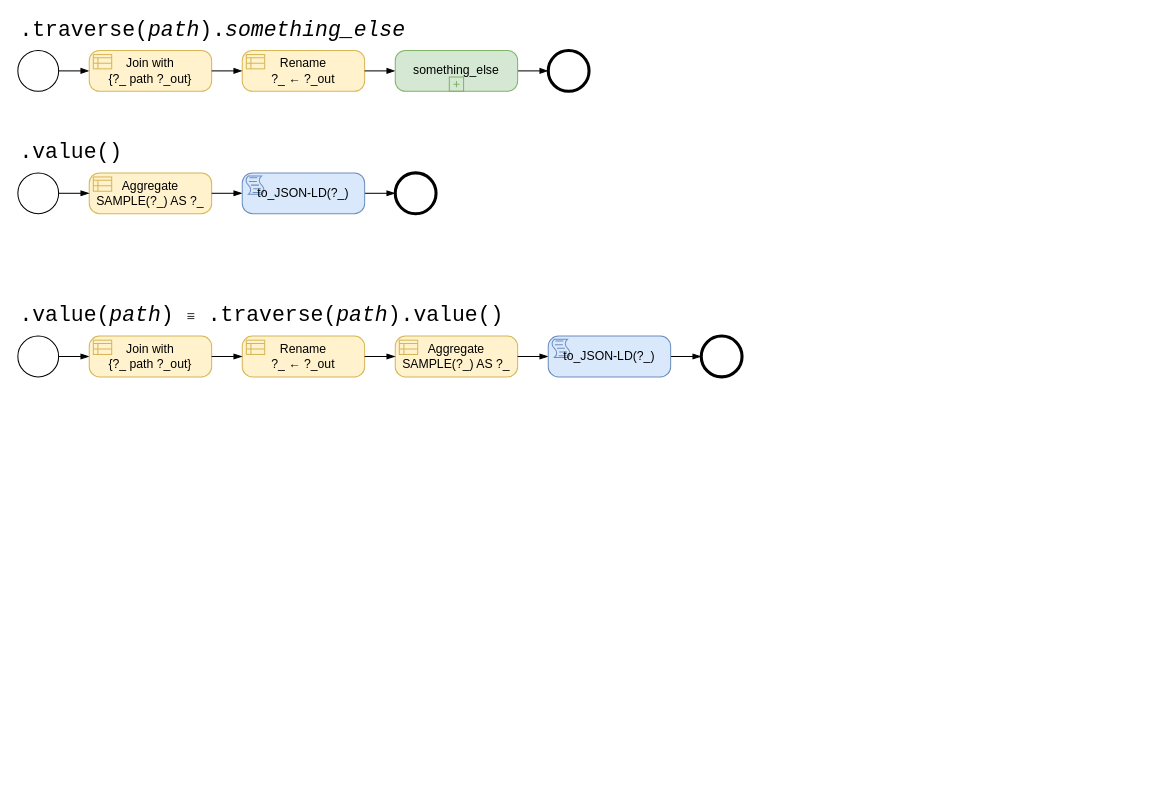
Above: page "KF - Fluent - Shortcuts" (4 of 8) of doc/BPMN_flow.drawio in miguel76/know-flow (draw.io), before the change. Source tidied: cells renumbered, new cells numbered last; positions are measured from the earlier drawing's top-left corner, leaving out a move shared by most shapes. Both pictures are drawn from the tidied source at 102%, with x=0, y=0 at pixel (17, 19).
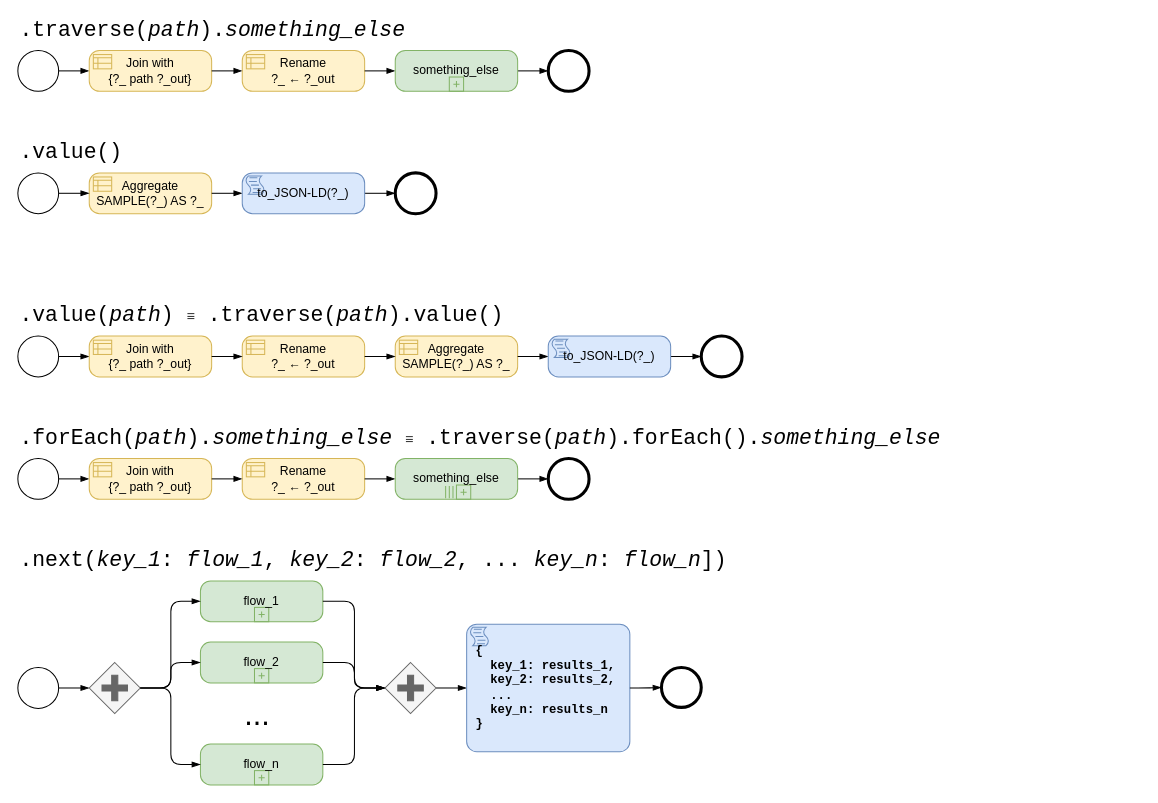
Above is the later version.

Change to the diagram source:
```diff
@@
+    <mxCell id="32" value="&lt;font style=&quot;font-size: 21px&quot; face=&quot;Courier New&quot;&gt;.forEach(&lt;i&gt;path&lt;/i&gt;).&lt;i&gt;something_else&lt;/i&gt;&amp;nbsp;&lt;/font&gt;&lt;span style=&quot;color: rgb(51 , 51 , 51) ; font-family: &amp;#34;open sans&amp;#34; , &amp;#34;helvetica neue&amp;#34; , &amp;#34;helvetica&amp;#34; , &amp;#34;arial&amp;#34; , sans-serif ; font-size: 14px ; background-color: rgb(255 , 255 , 255)&quot;&gt;&lt;b&gt;≡&lt;/b&gt;&lt;/span&gt;&lt;font style=&quot;font-size: 21px&quot; face=&quot;Courier New&quot;&gt;&amp;nbsp;.traverse(&lt;i&gt;path&lt;/i&gt;).forEach().&lt;/font&gt;&lt;i style=&quot;font-family: &amp;#34;courier new&amp;#34; ; font-size: 21px&quot;&gt;something_else&lt;/i&gt;" style="text;html=1;strokeColor=none;fillColor=none;align=left;verticalAlign=middle;whiteSpace=wrap;rounded=0;" parent="1" vertex="1">
+      <mxGeometry y="400" width="570" height="20" as="geometry" />
+    </mxCell>
+    <mxCell id="33" value="&lt;font style=&quot;font-size: 21px&quot; face=&quot;Courier New&quot;&gt;.next(&lt;i&gt;key_1&lt;/i&gt;:&amp;nbsp;&lt;i&gt;flow_1&lt;/i&gt;, &lt;i&gt;key_2&lt;/i&gt;:&amp;nbsp;&lt;i&gt;flow_2&lt;/i&gt;, ... &lt;i&gt;key_n&lt;/i&gt;:&amp;nbsp;&lt;i&gt;flow_n&lt;/i&gt;])&lt;/font&gt;" style="text;html=1;strokeColor=none;fillColor=none;align=left;verticalAlign=middle;whiteSpace=wrap;rounded=0;" parent="1" vertex="1">
+      <mxGeometry y="520" width="1100" height="20" as="geometry" />
+    </mxCell>
+    <mxCell id="34" style="points=[[0.145,0.145,0],[0.5,0,0],[0.855,0.145,0],[1,0.5,0],[0.855,0.855,0],[0.5,1,0],[0.145,0.855,0],[0,0.5,0]];shape=mxgraph.bpmn.event;html=1;verticalLabelPosition=bottom;labelBackgroundColor=#ffffff;verticalAlign=top;align=center;perimeter=ellipsePerimeter;outlineConnect=0;outline=standard;symbol=general;" parent="1" vertex="1">
+      <mxGeometry y="635" width="40" height="40" as="geometry" />
+    </mxCell>
+    <mxCell id="35" style="edgeStyle=elbowEdgeStyle;fontSize=12;html=1;endArrow=blockThin;endFill=1;exitX=1;exitY=0.5;exitDx=0;exitDy=0;exitPerimeter=0;entryX=0;entryY=0.5;entryDx=0;entryDy=0;entryPerimeter=0;" parent="1" edge="1" source="34" target="41">
+      <mxGeometry relative="1" as="geometry" />
+    </mxCell>
+    <mxCell id="36" style="edgeStyle=elbowEdgeStyle;fontSize=12;html=1;endArrow=blockThin;endFill=1;exitX=1;exitY=0.5;exitDx=0;exitDy=0;exitPerimeter=0;entryX=0;entryY=0.5;entryDx=0;entryDy=0;entryPerimeter=0;" parent="1" edge="1" source="46" target="50">
+      <mxGeometry relative="1" as="geometry" />
+    </mxCell>
+    <mxCell id="37" style="points=[[0.145,0.145,0],[0.5,0,0],[0.855,0.145,0],[1,0.5,0],[0.855,0.855,0],[0.5,1,0],[0.145,0.855,0],[0,0.5,0]];shape=mxgraph.bpmn.event;html=1;verticalLabelPosition=bottom;labelBackgroundColor=#ffffff;verticalAlign=top;align=center;perimeter=ellipsePerimeter;outlineConnect=0;outline=end;symbol=terminate2;" parent="1" vertex="1">
+      <mxGeometry x="631" y="635" width="39" height="39" as="geometry" />
+    </mxCell>
+    <mxCell id="38" value="flow_1" style="points=[[0.25,0,0],[0.5,0,0],[0.75,0,0],[1,0.25,0],[1,0.5,0],[1,0.75,0],[0.75,1,0],[0.5,1,0],[0.25,1,0],[0,0.75,0],[0,0.5,0],[0,0.25,0]];shape=mxgraph.bpmn.task;whiteSpace=wrap;rectStyle=rounded;size=10;taskMarker=abstract;isLoopSub=1;fillColor=#d5e8d4;strokeColor=#82b366;" parent="1" vertex="1">
+      <mxGeometry x="179" y="550" width="120" height="40" as="geometry" />
+    </mxCell>
+    <mxCell id="39" value="flow_2" style="points=[[0.25,0,0],[0.5,0,0],[0.75,0,0],[1,0.25,0],[1,0.5,0],[1,0.75,0],[0.75,1,0],[0.5,1,0],[0.25,1,0],[0,0.75,0],[0,0.5,0],[0,0.25,0]];shape=mxgraph.bpmn.task;whiteSpace=wrap;rectStyle=rounded;size=10;taskMarker=abstract;isLoopSub=1;fillColor=#d5e8d4;strokeColor=#82b366;" parent="1" vertex="1">
+      <mxGeometry x="179" y="610" width="120" height="40" as="geometry" />
+    </mxCell>
+    <mxCell id="40" value="flow_n" style="points=[[0.25,0,0],[0.5,0,0],[0.75,0,0],[1,0.25,0],[1,0.5,0],[1,0.75,0],[0.75,1,0],[0.5,1,0],[0.25,1,0],[0,0.75,0],[0,0.5,0],[0,0.25,0]];shape=mxgraph.bpmn.task;whiteSpace=wrap;rectStyle=rounded;size=10;taskMarker=abstract;isLoopSub=1;fillColor=#d5e8d4;strokeColor=#82b366;" parent="1" vertex="1">
+      <mxGeometry x="179" y="710" width="120" height="40" as="geometry" />
+    </mxCell>
+    <mxCell id="41" style="points=[[0.25,0.25,0],[0.5,0,0],[0.75,0.25,0],[1,0.5,0],[0.75,0.75,0],[0.5,1,0],[0.25,0.75,0],[0,0.5,0]];shape=mxgraph.bpmn.gateway2;html=1;verticalLabelPosition=bottom;labelBackgroundColor=#ffffff;verticalAlign=top;align=center;perimeter=rhombusPerimeter;outlineConnect=0;outline=none;symbol=none;gwType=parallel;fillColor=#f5f5f5;strokeColor=#666666;fontColor=#333333;" parent="1" vertex="1">
+      <mxGeometry x="70" y="630" width="50" height="50" as="geometry" />
+    </mxCell>
+    <mxCell id="42" value="&lt;font&gt;&lt;font style=&quot;font-size: 30px&quot;&gt;...&lt;/font&gt;&lt;br&gt;&lt;/font&gt;" style="text;html=1;strokeColor=none;fillColor=none;align=center;verticalAlign=middle;whiteSpace=wrap;rounded=0;" parent="1" vertex="1">
+      <mxGeometry x="190" y="671" width="90" height="20" as="geometry" />
+    </mxCell>
+    <mxCell id="43" style="edgeStyle=elbowEdgeStyle;fontSize=12;html=1;endArrow=blockThin;endFill=1;exitX=1;exitY=0.5;exitDx=0;exitDy=0;exitPerimeter=0;entryX=0;entryY=0.5;entryDx=0;entryDy=0;entryPerimeter=0;" parent="1" edge="1" source="41" target="38">
+      <mxGeometry relative="1" as="geometry">
+        <Array as="points">
+          <mxPoint x="150" y="590" />
+          <mxPoint x="140" y="570" />
+          <mxPoint x="130" y="540" />
+        </Array>
+      </mxGeometry>
+    </mxCell>
+    <mxCell id="44" style="edgeStyle=elbowEdgeStyle;fontSize=12;html=1;endArrow=blockThin;endFill=1;exitX=1;exitY=0.5;exitDx=0;exitDy=0;exitPerimeter=0;entryX=0;entryY=0.5;entryDx=0;entryDy=0;entryPerimeter=0;" parent="1" edge="1" source="41" target="39">
+      <mxGeometry relative="1" as="geometry">
+        <Array as="points">
+          <mxPoint x="150" y="640" />
+          <mxPoint x="140" y="640" />
+        </Array>
+      </mxGeometry>
+    </mxCell>
+    <mxCell id="45" style="edgeStyle=elbowEdgeStyle;fontSize=12;html=1;endArrow=blockThin;endFill=1;exitX=1;exitY=0.5;exitDx=0;exitDy=0;exitPerimeter=0;entryX=0;entryY=0.5;entryDx=0;entryDy=0;entryPerimeter=0;" parent="1" edge="1" source="41" target="40">
+      <mxGeometry relative="1" as="geometry">
+        <Array as="points">
+          <mxPoint x="150" y="700" />
+          <mxPoint x="140" y="700" />
+          <mxPoint x="130" y="700" />
+        </Array>
+      </mxGeometry>
+    </mxCell>
+    <mxCell id="46" style="points=[[0.25,0.25,0],[0.5,0,0],[0.75,0.25,0],[1,0.5,0],[0.75,0.75,0],[0.5,1,0],[0.25,0.75,0],[0,0.5,0]];shape=mxgraph.bpmn.gateway2;html=1;verticalLabelPosition=bottom;labelBackgroundColor=#ffffff;verticalAlign=top;align=center;perimeter=rhombusPerimeter;outlineConnect=0;outline=none;symbol=none;gwType=parallel;fillColor=#f5f5f5;strokeColor=#666666;fontColor=#333333;" parent="1" vertex="1">
+      <mxGeometry x="360" y="630" width="50" height="50" as="geometry" />
+    </mxCell>
+    <mxCell id="47" style="edgeStyle=elbowEdgeStyle;fontSize=12;html=1;endArrow=blockThin;endFill=1;exitX=1;exitY=0.5;exitDx=0;exitDy=0;exitPerimeter=0;entryX=0;entryY=0.5;entryDx=0;entryDy=0;entryPerimeter=0;" parent="1" edge="1" source="39" target="46">
+      <mxGeometry relative="1" as="geometry">
+        <Array as="points">
+          <mxPoint x="330" y="630" />
+          <mxPoint x="420" y="670" />
+          <mxPoint x="460" y="650" />
+        </Array>
+      </mxGeometry>
+    </mxCell>
+    <mxCell id="48" style="edgeStyle=elbowEdgeStyle;fontSize=12;html=1;endArrow=blockThin;endFill=1;exitX=1;exitY=0.5;exitDx=0;exitDy=0;exitPerimeter=0;entryX=0;entryY=0.5;entryDx=0;entryDy=0;entryPerimeter=0;" parent="1" edge="1" source="40" target="46">
+      <mxGeometry relative="1" as="geometry">
+        <Array as="points">
+          <mxPoint x="330" y="700" />
+          <mxPoint x="420" y="740" />
+          <mxPoint x="460" y="730" />
+          <mxPoint x="340" y="690" />
+        </Array>
+      </mxGeometry>
+    </mxCell>
+    <mxCell id="49" style="edgeStyle=elbowEdgeStyle;fontSize=12;html=1;endArrow=blockThin;endFill=1;exitX=1;exitY=0.5;exitDx=0;exitDy=0;exitPerimeter=0;entryX=0;entryY=0.5;entryDx=0;entryDy=0;entryPerimeter=0;" parent="1" edge="1" source="38" target="46">
+      <mxGeometry relative="1" as="geometry">
+        <Array as="points">
+          <mxPoint x="330" y="580" />
+          <mxPoint x="420" y="570" />
+          <mxPoint x="460" y="600" />
+          <mxPoint x="340" y="590" />
+        </Array>
+      </mxGeometry>
+    </mxCell>
+    <mxCell id="50" value=" {&#10;   key_1: results_1,&#10;   key_2: results_2,&#10;   ...&#10;   key_n: results_n&#10; }" style="points=[[0.25,0,0],[0.5,0,0],[0.75,0,0],[1,0.25,0],[1,0.5,0],[1,0.75,0],[0.75,1,0],[0.5,1,0],[0.25,1,0],[0,0.75,0],[0,0.5,0],[0,0.25,0]];shape=mxgraph.bpmn.task;whiteSpace=wrap;rectStyle=rounded;size=10;taskMarker=script;fillColor=#dae8fc;strokeColor=#6c8ebf;align=left;fontFamily=Courier New;fontStyle=1;" parent="1" vertex="1">
+      <mxGeometry x="440" y="592.5" width="160" height="125" as="geometry" />
+    </mxCell>
+    <mxCell id="51" style="edgeStyle=elbowEdgeStyle;fontSize=12;html=1;endArrow=blockThin;endFill=1;exitX=1;exitY=0.5;exitDx=0;exitDy=0;exitPerimeter=0;entryX=0;entryY=0.5;entryDx=0;entryDy=0;entryPerimeter=0;" parent="1" edge="1" source="50" target="37">
+      <mxGeometry relative="1" as="geometry" />
+    </mxCell>
+    <mxCell id="52" style="points=[[0.145,0.145,0],[0.5,0,0],[0.855,0.145,0],[1,0.5,0],[0.855,0.855,0],[0.5,1,0],[0.145,0.855,0],[0,0.5,0]];shape=mxgraph.bpmn.event;html=1;verticalLabelPosition=bottom;labelBackgroundColor=#ffffff;verticalAlign=top;align=center;perimeter=ellipsePerimeter;outlineConnect=0;outline=standard;symbol=general;" parent="1" vertex="1">
+      <mxGeometry y="430" width="40" height="40" as="geometry" />
+    </mxCell>
+    <mxCell id="53" style="edgeStyle=elbowEdgeStyle;fontSize=12;html=1;endArrow=blockThin;endFill=1;exitX=1;exitY=0.5;exitDx=0;exitDy=0;exitPerimeter=0;entryX=0;entryY=0.5;entryDx=0;entryDy=0;entryPerimeter=0;" parent="1" edge="1" source="52" target="57">
+      <mxGeometry relative="1" as="geometry" />
+    </mxCell>
+    <mxCell id="54" style="points=[[0.145,0.145,0],[0.5,0,0],[0.855,0.145,0],[1,0.5,0],[0.855,0.855,0],[0.5,1,0],[0.145,0.855,0],[0,0.5,0]];shape=mxgraph.bpmn.event;html=1;verticalLabelPosition=bottom;labelBackgroundColor=#ffffff;verticalAlign=top;align=center;perimeter=ellipsePerimeter;outlineConnect=0;outline=end;symbol=terminate2;" parent="1" vertex="1">
+      <mxGeometry x="520" y="430" width="40" height="40" as="geometry" />
+    </mxCell>
+    <mxCell id="55" style="edgeStyle=elbowEdgeStyle;fontSize=12;html=1;endArrow=blockThin;endFill=1;exitX=1;exitY=0.5;exitDx=0;exitDy=0;exitPerimeter=0;entryX=0;entryY=0.5;entryDx=0;entryDy=0;entryPerimeter=0;" parent="1" edge="1" source="60" target="54">
+      <mxGeometry relative="1" as="geometry" />
+    </mxCell>
+    <mxCell id="56" value="Rename&#10;?_ ← ?_out" style="points=[[0.25,0,0],[0.5,0,0],[0.75,0,0],[1,0.25,0],[1,0.5,0],[1,0.75,0],[0.75,1,0],[0.5,1,0],[0.25,1,0],[0,0.75,0],[0,0.5,0],[0,0.25,0]];shape=mxgraph.bpmn.task;whiteSpace=wrap;rectStyle=rounded;size=10;taskMarker=businessRule;fillColor=#fff2cc;strokeColor=#d6b656;" parent="1" vertex="1">
+      <mxGeometry x="220" y="430" width="120" height="40" as="geometry" />
+    </mxCell>
+    <mxCell id="57" value="Join with&#10;{?_ path ?_out}" style="points=[[0.25,0,0],[0.5,0,0],[0.75,0,0],[1,0.25,0],[1,0.5,0],[1,0.75,0],[0.75,1,0],[0.5,1,0],[0.25,1,0],[0,0.75,0],[0,0.5,0],[0,0.25,0]];shape=mxgraph.bpmn.task;whiteSpace=wrap;rectStyle=rounded;size=10;taskMarker=businessRule;fillColor=#fff2cc;strokeColor=#d6b656;" parent="1" vertex="1">
+      <mxGeometry x="70" y="430" width="120" height="40" as="geometry" />
+    </mxCell>
+    <mxCell id="58" style="edgeStyle=elbowEdgeStyle;fontSize=12;html=1;endArrow=blockThin;endFill=1;exitX=1;exitY=0.5;exitDx=0;exitDy=0;exitPerimeter=0;entryX=0;entryY=0.5;entryDx=0;entryDy=0;entryPerimeter=0;" parent="1" edge="1" source="56" target="60">
+      <mxGeometry relative="1" as="geometry" />
+    </mxCell>
+    <mxCell id="59" style="edgeStyle=elbowEdgeStyle;fontSize=12;html=1;endArrow=blockThin;endFill=1;exitX=1;exitY=0.5;exitDx=0;exitDy=0;exitPerimeter=0;entryX=0;entryY=0.5;entryDx=0;entryDy=0;entryPerimeter=0;" parent="1" edge="1" source="57" target="56">
+      <mxGeometry relative="1" as="geometry" />
+    </mxCell>
+    <mxCell id="60" value="something_else" style="points=[[0.25,0,0],[0.5,0,0],[0.75,0,0],[1,0.25,0],[1,0.5,0],[1,0.75,0],[0.75,1,0],[0.5,1,0],[0.25,1,0],[0,0.75,0],[0,0.5,0],[0,0.25,0]];shape=mxgraph.bpmn.task;whiteSpace=wrap;rectStyle=rounded;size=10;taskMarker=abstract;isLoopSub=1;isLoopMultiParallel=1;fillColor=#d5e8d4;strokeColor=#82b366;" parent="1" vertex="1">
+      <mxGeometry x="370" y="430" width="120" height="40" as="geometry" />
+    </mxCell>
```
